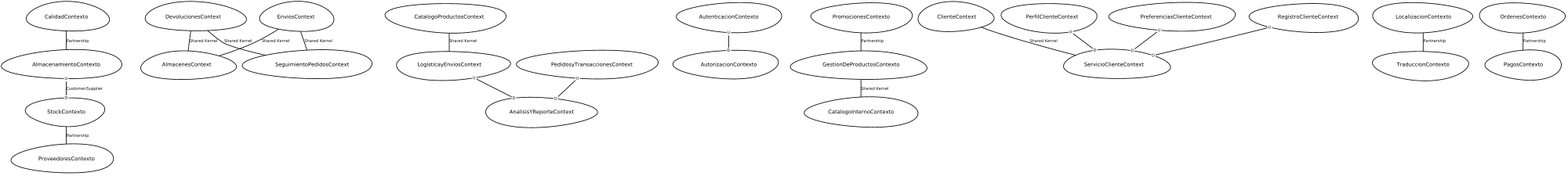
This is src-gen/G6SistemaECommerce_ContextMap.png from ErickAlexanderBecerra/CM---Sistema-E-Commerce, a Graphviz export, as it was before one commit. Its source is kept beside it as src-gen/G6SistemaECommerce_ContextMap.gv.
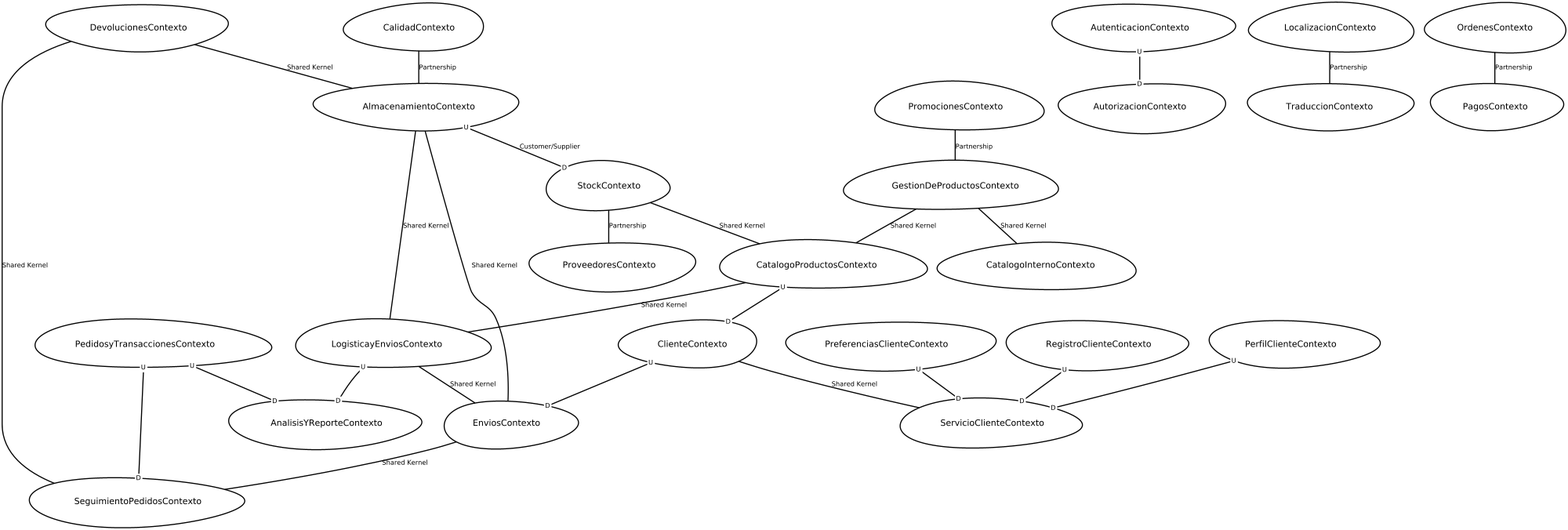
After the change.

Change to the diagram source:
```diff
@@ -1,74 +1,92 @@
 digraph "ContextMapGraph" {
 graph ["imagepath"="/tmp/GraphvizJava"]
-"AlmacenamientoContexto" ["margin"="0.3","orientation"="153","shape"="egg","fontsize"="16","style"="bold","label"="AlmacenamientoContexto\n","fontname"="sans-serif"]
-"StockContexto" ["margin"="0.3","orientation"="254","shape"="egg","fontsize"="16","style"="bold","label"="StockContexto\n","fontname"="sans-serif"]
-"ProveedoresContexto" ["margin"="0.3","orientation"="6","shape"="egg","fontsize"="16","style"="bold","label"="ProveedoresContexto\n","fontname"="sans-serif"]
-"AlmacenesContext" ["margin"="0.3","orientation"="81","shape"="egg","fontsize"="16","style"="bold","label"="AlmacenesContext\n","fontname"="sans-serif"]
-"AnalisisYReporteContext" ["margin"="0.3","orientation"="150","shape"="egg","fontsize"="16","style"="bold","label"="AnalisisYReporteContext\n","fontname"="sans-serif"]
-"AutenticacionContexto" ["margin"="0.3","orientation"="142","shape"="egg","fontsize"="16","style"="bold","label"="AutenticacionContexto\n","fontname"="sans-serif"]
-"AutorizacionContexto" ["margin"="0.3","orientation"="225","shape"="egg","fontsize"="16","style"="bold","label"="AutorizacionContexto\n","fontname"="sans-serif"]
-"CalidadContexto" ["margin"="0.3","orientation"="166","shape"="egg","fontsize"="16","style"="bold","label"="CalidadContexto\n","fontname"="sans-serif"]
-"CatalogoInternoContexto" ["margin"="0.3","orientation"="64","shape"="egg","fontsize"="16","style"="bold","label"="CatalogoInternoContexto\n","fontname"="sans-serif"]
-"CatalogoProductosContext" ["margin"="0.3","orientation"="110","shape"="egg","fontsize"="16","style"="bold","label"="CatalogoProductosContext\n","fontname"="sans-serif"]
-"LogisticayEnviosContext" ["margin"="0.3","orientation"="232","shape"="egg","fontsize"="16","style"="bold","label"="LogisticayEnviosContext\n","fontname"="sans-serif"]
-"ClienteContext" ["margin"="0.3","orientation"="12","shape"="egg","fontsize"="16","style"="bold","label"="ClienteContext\n","fontname"="sans-serif"]
-"ServicioClienteContext" ["margin"="0.3","orientation"="310","shape"="egg","fontsize"="16","style"="bold","label"="ServicioClienteContext\n","fontname"="sans-serif"]
-"DevolucionesContext" ["margin"="0.3","orientation"="93","shape"="egg","fontsize"="16","style"="bold","label"="DevolucionesContext\n","fontname"="sans-serif"]
-"SeguimientoPedidosContext" ["margin"="0.3","orientation"="211","shape"="egg","fontsize"="16","style"="bold","label"="SeguimientoPedidosContext\n","fontname"="sans-serif"]
-"EnviosContext" ["margin"="0.3","orientation"="286","shape"="egg","fontsize"="16","style"="bold","label"="EnviosContext\n","fontname"="sans-serif"]
-"GestionDeProductosContexto" ["margin"="0.3","orientation"="338","shape"="egg","fontsize"="16","style"="bold","label"="GestionDeProductosContexto\n","fontname"="sans-serif"]
-"LocalizacionContexto" ["margin"="0.3","orientation"="336","shape"="egg","fontsize"="16","style"="bold","label"="LocalizacionContexto\n","fontname"="sans-serif"]
-"TraduccionContexto" ["margin"="0.3","orientation"="231","shape"="egg","fontsize"="16","style"="bold","label"="TraduccionContexto\n","fontname"="sans-serif"]
-"OrdenesContexto" ["margin"="0.3","orientation"="107","shape"="egg","fontsize"="16","style"="bold","label"="OrdenesContexto\n","fontname"="sans-serif"]
-"PagosContexto" ["margin"="0.3","orientation"="181","shape"="egg","fontsize"="16","style"="bold","label"="PagosContexto\n","fontname"="sans-serif"]
-"PedidosyTransaccionesContext" ["margin"="0.3","orientation"="139","shape"="egg","fontsize"="16","style"="bold","label"="PedidosyTransaccionesContext\n","fontname"="sans-serif"]
-"PerfilClienteContext" ["margin"="0.3","orientation"="284","shape"="egg","fontsize"="16","style"="bold","label"="PerfilClienteContext\n","fontname"="sans-serif"]
-"PreferenciasClienteContext" ["margin"="0.3","orientation"="101","shape"="egg","fontsize"="16","style"="bold","label"="PreferenciasClienteContext\n","fontname"="sans-serif"]
-"PromocionesContexto" ["margin"="0.3","orientation"="318","shape"="egg","fontsize"="16","style"="bold","label"="PromocionesContexto\n","fontname"="sans-serif"]
-"RegistroClienteContext" ["margin"="0.3","orientation"="216","shape"="egg","fontsize"="16","style"="bold","label"="RegistroClienteContext\n","fontname"="sans-serif"]
+"AlmacenamientoContexto" ["margin"="0.3","orientation"="275","shape"="egg","fontsize"="16","style"="bold","label"="AlmacenamientoContexto\n","fontname"="sans-serif"]
+"StockContexto" ["margin"="0.3","orientation"="137","shape"="egg","fontsize"="16","style"="bold","label"="StockContexto\n","fontname"="sans-serif"]
+"CatalogoProductosContexto" ["margin"="0.3","orientation"="135","shape"="egg","fontsize"="16","style"="bold","label"="CatalogoProductosContexto\n","fontname"="sans-serif"]
+"LogisticayEnviosContexto" ["margin"="0.3","orientation"="52","shape"="egg","fontsize"="16","style"="bold","label"="LogisticayEnviosContexto\n","fontname"="sans-serif"]
+"AnalisisYReporteContexto" ["margin"="0.3","orientation"="155","shape"="egg","fontsize"="16","style"="bold","label"="AnalisisYReporteContexto\n","fontname"="sans-serif"]
+"EnviosContexto" ["margin"="0.3","orientation"="259","shape"="egg","fontsize"="16","style"="bold","label"="EnviosContexto\n","fontname"="sans-serif"]
+"SeguimientoPedidosContexto" ["margin"="0.3","orientation"="43","shape"="egg","fontsize"="16","style"="bold","label"="SeguimientoPedidosContexto\n","fontname"="sans-serif"]
+"ClienteContexto" ["margin"="0.3","orientation"="47","shape"="egg","fontsize"="16","style"="bold","label"="ClienteContexto\n","fontname"="sans-serif"]
+"ServicioClienteContexto" ["margin"="0.3","orientation"="52","shape"="egg","fontsize"="16","style"="bold","label"="ServicioClienteContexto\n","fontname"="sans-serif"]
+"ProveedoresContexto" ["margin"="0.3","orientation"="36","shape"="egg","fontsize"="16","style"="bold","label"="ProveedoresContexto\n","fontname"="sans-serif"]
+"AutenticacionContexto" ["margin"="0.3","orientation"="115","shape"="egg","fontsize"="16","style"="bold","label"="AutenticacionContexto\n","fontname"="sans-serif"]
+"AutorizacionContexto" ["margin"="0.3","orientation"="267","shape"="egg","fontsize"="16","style"="bold","label"="AutorizacionContexto\n","fontname"="sans-serif"]
+"CalidadContexto" ["margin"="0.3","orientation"="51","shape"="egg","fontsize"="16","style"="bold","label"="CalidadContexto\n","fontname"="sans-serif"]
+"CatalogoInternoContexto" ["margin"="0.3","orientation"="332","shape"="egg","fontsize"="16","style"="bold","label"="CatalogoInternoContexto\n","fontname"="sans-serif"]
+"DevolucionesContexto" ["margin"="0.3","orientation"="96","shape"="egg","fontsize"="16","style"="bold","label"="DevolucionesContexto\n","fontname"="sans-serif"]
+"GestionDeProductosContexto" ["margin"="0.3","orientation"="241","shape"="egg","fontsize"="16","style"="bold","label"="GestionDeProductosContexto\n","fontname"="sans-serif"]
+"LocalizacionContexto" ["margin"="0.3","orientation"="291","shape"="egg","fontsize"="16","style"="bold","label"="LocalizacionContexto\n","fontname"="sans-serif"]
+"TraduccionContexto" ["margin"="0.3","orientation"="94","shape"="egg","fontsize"="16","style"="bold","label"="TraduccionContexto\n","fontname"="sans-serif"]
+"OrdenesContexto" ["margin"="0.3","orientation"="343","shape"="egg","fontsize"="16","style"="bold","label"="OrdenesContexto\n","fontname"="sans-serif"]
+"PagosContexto" ["margin"="0.3","orientation"="70","shape"="egg","fontsize"="16","style"="bold","label"="PagosContexto\n","fontname"="sans-serif"]
+"PedidosyTransaccionesContexto" ["margin"="0.3","orientation"="132","shape"="egg","fontsize"="16","style"="bold","label"="PedidosyTransaccionesContexto\n","fontname"="sans-serif"]
+"PerfilClienteContexto" ["margin"="0.3","orientation"="308","shape"="egg","fontsize"="16","style"="bold","label"="PerfilClienteContexto\n","fontname"="sans-serif"]
+"PreferenciasClienteContexto" ["margin"="0.3","orientation"="189","shape"="egg","fontsize"="16","style"="bold","label"="PreferenciasClienteContexto\n","fontname"="sans-serif"]
+"PromocionesContexto" ["margin"="0.3","orientation"="77","shape"="egg","fontsize"="16","style"="bold","label"="PromocionesContexto\n","fontname"="sans-serif"]
+"RegistroClienteContexto" ["margin"="0.3","orientation"="259","shape"="egg","fontsize"="16","style"="bold","label"="RegistroClienteContexto\n","fontname"="sans-serif"]
 "AlmacenamientoContexto" -> "StockContexto" ["headlabel"=<<table cellspacing="0" cellborder="0" border="0">
 <tr><td bgcolor="white">D</td></tr>
 </table>>,"labeldistance"="0","fontsize"="12","taillabel"=<<table cellspacing="0" cellborder="0" border="0">
 <tr><td bgcolor="white">U</td></tr>
 </table>>,"style"="bold","label"="Customer/Supplier","dir"="none","fontname"="sans-serif"]
+"StockContexto" -> "CatalogoProductosContexto" ["fontsize"="12","style"="bold","label"="Shared Kernel","dir"="none","fontname"="sans-serif"]
 "StockContexto" -> "ProveedoresContexto" ["fontsize"="12","style"="bold","label"="Partnership","dir"="none","fontname"="sans-serif"]
+"CatalogoProductosContexto" -> "LogisticayEnviosContexto" ["fontsize"="12","style"="bold","label"="Shared Kernel","dir"="none","fontname"="sans-serif"]
+"CatalogoProductosContexto" -> "ClienteContexto" ["headlabel"=<<table cellspacing="0" cellborder="0" border="0">
+<tr><td bgcolor="white">D</td></tr>
+</table>>,"labeldistance"="0","fontsize"="12","taillabel"=<<table cellspacing="0" cellborder="0" border="0">
+<tr><td bgcolor="white">U</td></tr>
+</table>>,"style"="bold","label"="                                        ","dir"="none","fontname"="sans-serif"]
+"LogisticayEnviosContexto" -> "AnalisisYReporteContexto" ["headlabel"=<<table cellspacing="0" cellborder="0" border="0">
+<tr><td bgcolor="white">D</td></tr>
+</table>>,"labeldistance"="0","fontsize"="12","taillabel"=<<table cellspacing="0" cellborder="0" border="0">
+<tr><td bgcolor="white">U</td></tr>
+</table>>,"style"="bold","label"="                                        ","dir"="none","fontname"="sans-serif"]
+"LogisticayEnviosContexto" -> "EnviosContexto" ["fontsize"="12","style"="bold","label"="Shared Kernel","dir"="none","fontname"="sans-serif"]
+"LogisticayEnviosContexto" -> "AlmacenamientoContexto" ["fontsize"="12","style"="bold","label"="Shared Kernel","dir"="none","fontname"="sans-serif"]
+"EnviosContexto" -> "SeguimientoPedidosContexto" ["fontsize"="12","style"="bold","label"="Shared Kernel","dir"="none","fontname"="sans-serif"]
+"EnviosContexto" -> "AlmacenamientoContexto" ["fontsize"="12","style"="bold","label"="Shared Kernel","dir"="none","fontname"="sans-serif"]
+"ClienteContexto" -> "EnviosContexto" ["headlabel"=<<table cellspacing="0" cellborder="0" border="0">
+<tr><td bgcolor="white">D</td></tr>
+</table>>,"labeldistance"="0","fontsize"="12","taillabel"=<<table cellspacing="0" cellborder="0" border="0">
+<tr><td bgcolor="white">U</td></tr>
+</table>>,"style"="bold","label"="                                        ","dir"="none","fontname"="sans-serif"]
+"ClienteContexto" -> "ServicioClienteContexto" ["fontsize"="12","style"="bold","label"="Shared Kernel","dir"="none","fontname"="sans-serif"]
 "AutenticacionContexto" -> "AutorizacionContexto" ["headlabel"=<<table cellspacing="0" cellborder="0" border="0">
 <tr><td bgcolor="white">D</td></tr>
 </table>>,"labeldistance"="0","fontsize"="12","taillabel"=<<table cellspacing="0" cellborder="0" border="0">
 <tr><td bgcolor="white">U</td></tr>
 </table>>,"style"="bold","label"="                                        ","dir"="none","fontname"="sans-serif"]
 "CalidadContexto" -> "AlmacenamientoContexto" ["fontsize"="12","style"="bold","label"="Partnership","dir"="none","fontname"="sans-serif"]
-"CatalogoProductosContext" -> "LogisticayEnviosContext" ["fontsize"="12","style"="bold","label"="Shared Kernel","dir"="none","fontname"="sans-serif"]
-"LogisticayEnviosContext" -> "AnalisisYReporteContext" ["headlabel"=<<table cellspacing="0" cellborder="0" border="0">
+"DevolucionesContexto" -> "AlmacenamientoContexto" ["fontsize"="12","style"="bold","label"="Shared Kernel","dir"="none","fontname"="sans-serif"]
+"DevolucionesContexto" -> "SeguimientoPedidosContexto" ["fontsize"="12","style"="bold","label"="Shared Kernel","dir"="none","fontname"="sans-serif"]
+"GestionDeProductosContexto" -> "CatalogoInternoContexto" ["fontsize"="12","style"="bold","label"="Shared Kernel","dir"="none","fontname"="sans-serif"]
+"GestionDeProductosContexto" -> "CatalogoProductosContexto" ["fontsize"="12","style"="bold","label"="Shared Kernel","dir"="none","fontname"="sans-serif"]
+"LocalizacionContexto" -> "TraduccionContexto" ["fontsize"="12","style"="bold","label"="Partnership","dir"="none","fontname"="sans-serif"]
+"OrdenesContexto" -> "PagosContexto" ["fontsize"="12","style"="bold","label"="Partnership","dir"="none","fontname"="sans-serif"]
+"PedidosyTransaccionesContexto" -> "SeguimientoPedidosContexto" ["headlabel"=<<table cellspacing="0" cellborder="0" border="0">
 <tr><td bgcolor="white">D</td></tr>
 </table>>,"labeldistance"="0","fontsize"="12","taillabel"=<<table cellspacing="0" cellborder="0" border="0">
 <tr><td bgcolor="white">U</td></tr>
 </table>>,"style"="bold","label"="                                        ","dir"="none","fontname"="sans-serif"]
-"ClienteContext" -> "ServicioClienteContext" ["fontsize"="12","style"="bold","label"="Shared Kernel","dir"="none","fontname"="sans-serif"]
-"DevolucionesContext" -> "SeguimientoPedidosContext" ["fontsize"="12","style"="bold","label"="Shared Kernel","dir"="none","fontname"="sans-serif"]
-"DevolucionesContext" -> "AlmacenesContext" ["fontsize"="12","style"="bold","label"="Shared Kernel","dir"="none","fontname"="sans-serif"]
-"EnviosContext" -> "SeguimientoPedidosContext" ["fontsize"="12","style"="bold","label"="Shared Kernel","dir"="none","fontname"="sans-serif"]
-"EnviosContext" -> "AlmacenesContext" ["fontsize"="12","style"="bold","label"="Shared Kernel","dir"="none","fontname"="sans-serif"]
-"GestionDeProductosContexto" -> "CatalogoInternoContexto" ["fontsize"="12","style"="bold","label"="Shared Kernel","dir"="none","fontname"="sans-serif"]
-"LocalizacionContexto" -> "TraduccionContexto" ["fontsize"="12","style"="bold","label"="Partnership","dir"="none","fontname"="sans-serif"]
-"OrdenesContexto" -> "PagosContexto" ["fontsize"="12","style"="bold","label"="Partnership","dir"="none","fontname"="sans-serif"]
-"PedidosyTransaccionesContext" -> "AnalisisYReporteContext" ["headlabel"=<<table cellspacing="0" cellborder="0" border="0">
+"PedidosyTransaccionesContexto" -> "AnalisisYReporteContexto" ["headlabel"=<<table cellspacing="0" cellborder="0" border="0">
 <tr><td bgcolor="white">D</td></tr>
 </table>>,"labeldistance"="0","fontsize"="12","taillabel"=<<table cellspacing="0" cellborder="0" border="0">
 <tr><td bgcolor="white">U</td></tr>
 </table>>,"style"="bold","label"="                                        ","dir"="none","fontname"="sans-serif"]
-"PerfilClienteContext" -> "ServicioClienteContext" ["headlabel"=<<table cellspacing="0" cellborder="0" border="0">
+"PerfilClienteContexto" -> "ServicioClienteContexto" ["headlabel"=<<table cellspacing="0" cellborder="0" border="0">
 <tr><td bgcolor="white">D</td></tr>
 </table>>,"labeldistance"="0","fontsize"="12","taillabel"=<<table cellspacing="0" cellborder="0" border="0">
 <tr><td bgcolor="white">U</td></tr>
 </table>>,"style"="bold","label"="                                        ","dir"="none","fontname"="sans-serif"]
-"PreferenciasClienteContext" -> "ServicioClienteContext" ["headlabel"=<<table cellspacing="0" cellborder="0" border="0">
+"PreferenciasClienteContexto" -> "ServicioClienteContexto" ["headlabel"=<<table cellspacing="0" cellborder="0" border="0">
 <tr><td bgcolor="white">D</td></tr>
 </table>>,"labeldistance"="0","fontsize"="12","taillabel"=<<table cellspacing="0" cellborder="0" border="0">
 <tr><td bgcolor="white">U</td></tr>
 </table>>,"style"="bold","label"="                                        ","dir"="none","fontname"="sans-serif"]
 "PromocionesContexto" -> "GestionDeProductosContexto" ["fontsize"="12","style"="bold","label"="Partnership","dir"="none","fontname"="sans-serif"]
-"RegistroClienteContext" -> "ServicioClienteContext" ["headlabel"=<<table cellspacing="0" cellborder="0" border="0">
+"RegistroClienteContexto" -> "ServicioClienteContexto" ["headlabel"=<<table cellspacing="0" cellborder="0" border="0">
 <tr><td bgcolor="white">D</td></tr>
 </table>>,"labeldistance"="0","fontsize"="12","taillabel"=<<table cellspacing="0" cellborder="0" border="0">
 <tr><td bgcolor="white">U</td></tr>
```
